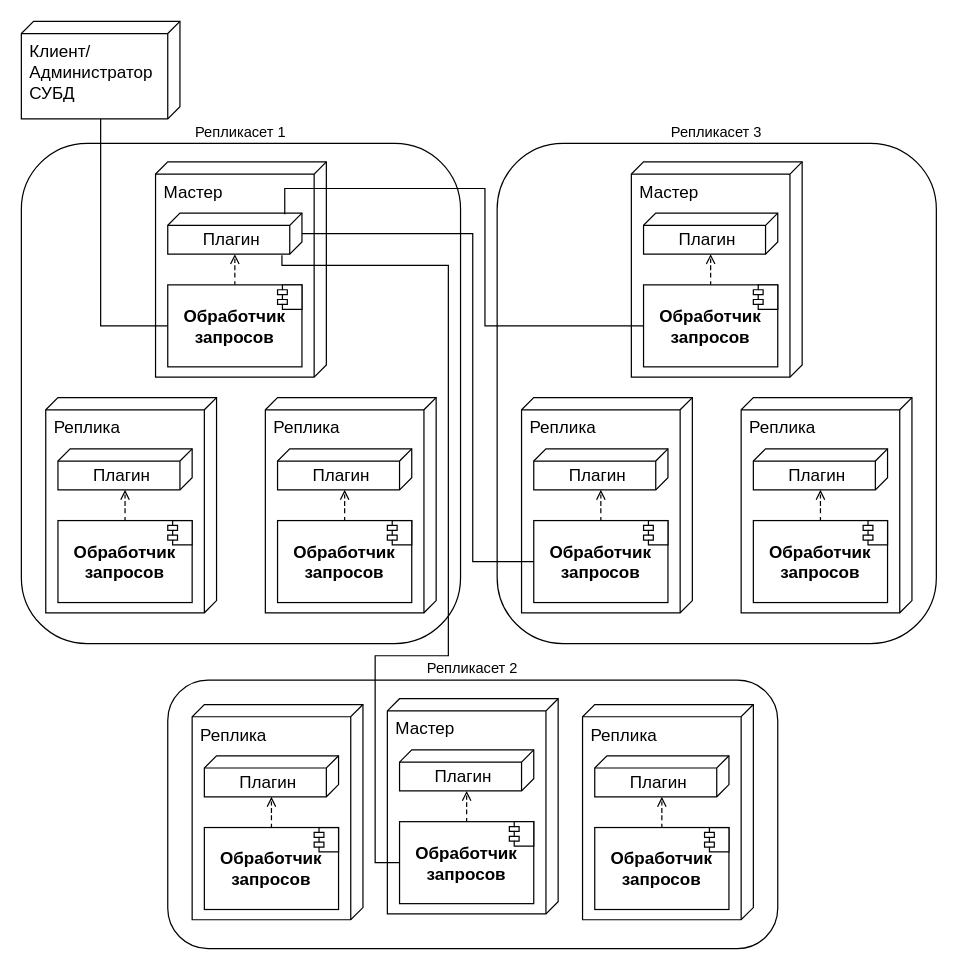
The draw.io diagram page "cluster-deployment" (10 of 15) of schemas.drawio in vitosotdihaet/pind, before the edit. Source tidied: cells renumbered, new cells numbered last; positions are measured from the earlier drawing's top-left corner, leaving out a move shared by most shapes. Both pictures are drawn from the tidied source at 122%, with x=0, y=0 at pixel (21, 21).
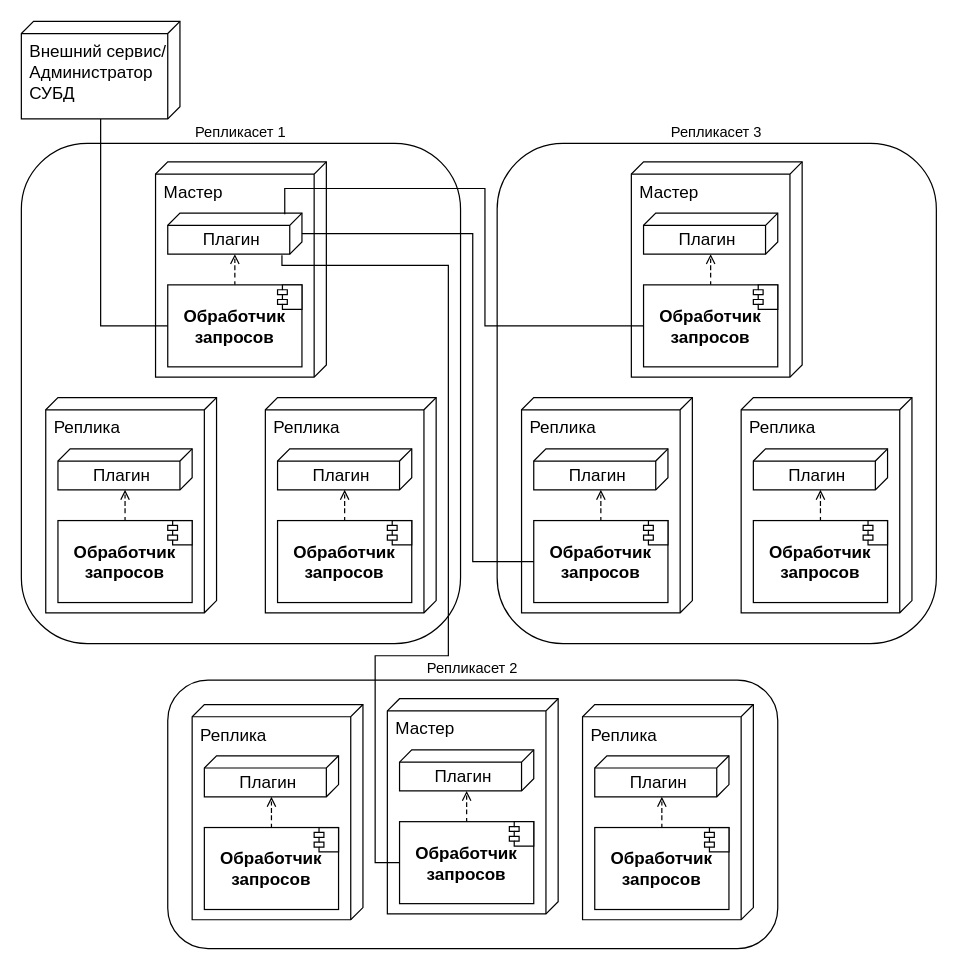
After the change.

The edit, as a diff of the source:
```diff
@@
-    <mxCell id="23" value="Клиент/Администратор СУБД" style="verticalAlign=top;align=left;shape=cube;size=10;direction=south;fontStyle=0;html=1;boundedLbl=1;spacingLeft=5;whiteSpace=wrap;fontSize=14;" parent="1" vertex="1">
+    <mxCell id="23" value="Внешний сервис/Администратор СУБД" style="verticalAlign=top;align=left;shape=cube;size=10;direction=south;fontStyle=0;html=1;boundedLbl=1;spacingLeft=5;whiteSpace=wrap;fontSize=14;" parent="1" vertex="1">
       <mxGeometry width="130" height="80" as="geometry" />
     </mxCell>
```
